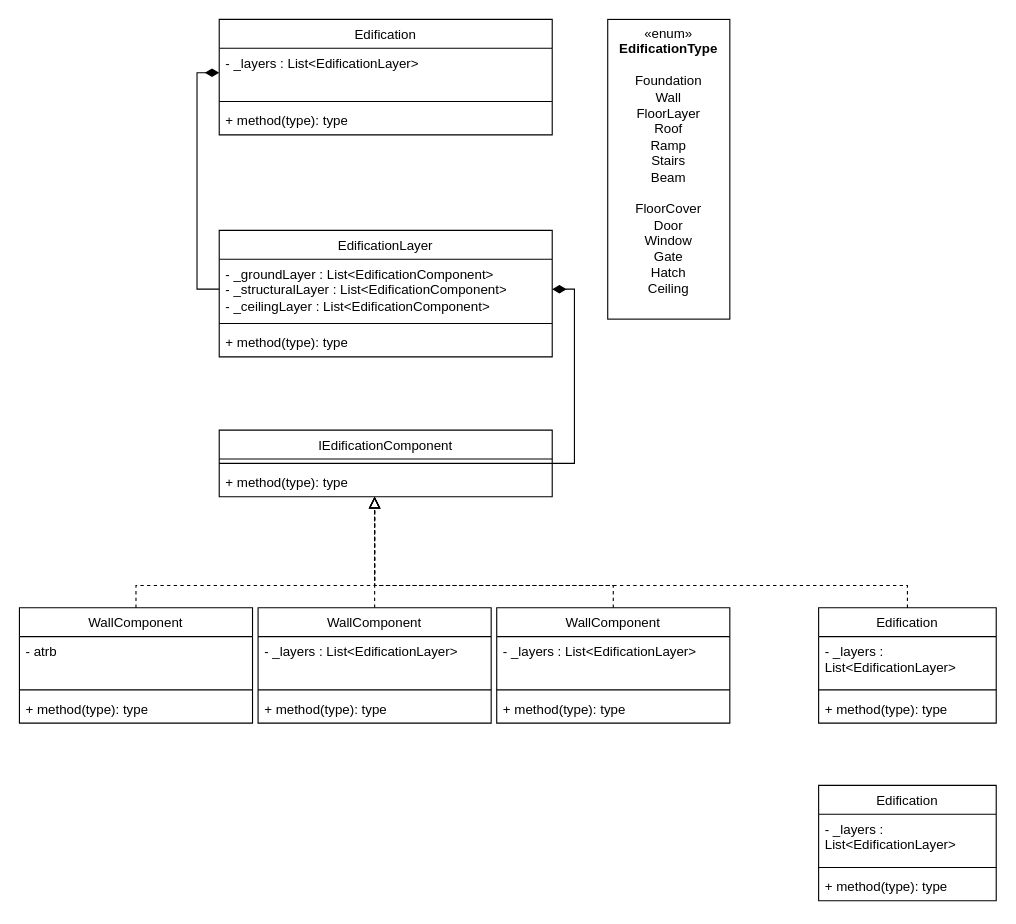
This is Diagrams/UML/ConstructionSystem.drawio from Sekahy48/UnityProject, a draw.io file, before an edit. Source tidied: cells renumbered, new cells numbered last; positions are measured from the earlier drawing's top-left corner, leaving out a move shared by most shapes. Both pictures are drawn from the tidied source at 111%, with x=0, y=0 at pixel (19, 19).
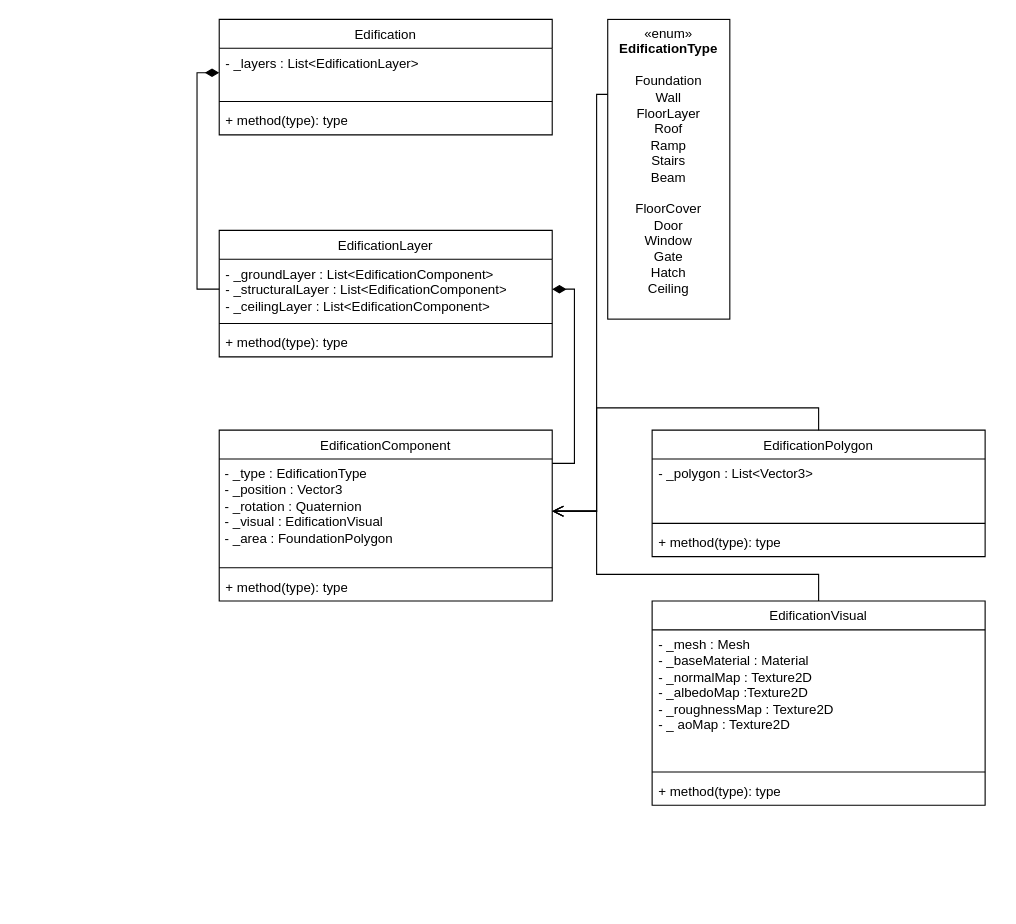
After the change.

Unchanged cells that the change refers to:
```xml
<mxCell id="6" value="«enum»&lt;br&gt;&lt;b&gt;EdificationType&lt;/b&gt;&lt;div&gt;&lt;br&gt;&lt;/div&gt;&lt;div&gt;Foundation&lt;br&gt;Wall&lt;br&gt;FloorLayer&lt;br&gt;Roof&lt;br&gt;Ramp&lt;br&gt;Stairs&lt;br&gt;Beam&lt;br&gt;&lt;br&gt;FloorCover&lt;br&gt;Door&lt;br&gt;Window&lt;br&gt;Gate&lt;br&gt;Hatch&lt;br&gt;Ceiling&lt;br&gt;&lt;br&gt;&lt;/div&gt;" style="html=1;whiteSpace=wrap;" parent="1" vertex="1">
  <mxGeometry x="530" width="110" height="270" as="geometry" />
</mxCell>
```

The edit, as a diff of the source:
```diff
@@
-    <mxCell id="12" value="&lt;span style=&quot;font-weight: normal;&quot;&gt;IEdificationComponent&lt;/span&gt;" style="swimlane;fontStyle=1;align=center;verticalAlign=top;horizontal=1;startSize=26;whiteSpace=wrap;html=1;" parent="1" vertex="1">
-      <mxGeometry x="180" y="370" width="300" height="60" as="geometry" />
+    <mxCell id="12" value="&lt;span style=&quot;font-weight: normal;&quot;&gt;EdificationComponent&lt;/span&gt;" style="swimlane;fontStyle=1;align=center;verticalAlign=top;horizontal=1;startSize=26;whiteSpace=wrap;html=1;" parent="1" vertex="1">
+      <mxGeometry x="180" y="370" width="300" height="154" as="geometry" />
     </mxCell>
+    <mxCell id="40" value="&amp;nbsp;- _type : EdificationType&lt;div&gt;&amp;nbsp;- _position : Vector3&lt;/div&gt;&lt;div&gt;&amp;nbsp;- _rotation : Quaternion&lt;br&gt;&amp;nbsp;- _visual : EdificationVisual&lt;/div&gt;&lt;div&gt;&amp;nbsp;- _area : FoundationPolygon&lt;/div&gt;" style="text;html=1;whiteSpace=wrap;strokeColor=none;fillColor=none;align=left;verticalAlign=top;rounded=0;" parent="12" vertex="1">
+      <mxGeometry y="26" width="300" height="94" as="geometry" />
+    </mxCell>
     <mxCell id="13" style="line;strokeWidth=1;fillColor=none;align=left;verticalAlign=middle;spacingTop=-1;spacingLeft=3;spacingRight=3;labelPosition=right;strokeColor=inherit;" parent="12" vertex="1">
-      <mxGeometry y="26" width="300" height="8" as="geometry" />
+      <mxGeometry y="120" width="300" height="8" as="geometry" />
     </mxCell>
     <mxCell id="14" value="+ method(type): type" style="text;strokeColor=none;fillColor=none;align=left;verticalAlign=top;spacingLeft=4;spacingRight=4;overflow=hidden;whiteSpace=wrap;html=1;" parent="12" vertex="1">
-      <mxGeometry y="34" width="300" height="26" as="geometry" />
+      <mxGeometry y="128" width="300" height="26" as="geometry" />
     </mxCell>
-    <mxCell id="15" value="&lt;span style=&quot;font-weight: normal;&quot;&gt;WallComponent&lt;/span&gt;" style="swimlane;fontStyle=1;align=center;verticalAlign=top;horizontal=1;startSize=26;whiteSpace=wrap;html=1;" parent="1" vertex="1">
-      <mxGeometry y="530" width="210" height="104" as="geometry" />
-    </mxCell>
-    <mxCell id="16" value="- atrb" style="text;strokeColor=none;fillColor=none;align=left;verticalAlign=top;spacingLeft=4;spacingRight=4;overflow=hidden;whiteSpace=wrap;html=1;" parent="15" vertex="1">
-      <mxGeometry y="26" width="210" height="44" as="geometry" />
-    </mxCell>
-    <mxCell id="17" style="line;strokeWidth=1;fillColor=none;align=left;verticalAlign=middle;spacingTop=-1;spacingLeft=3;spacingRight=3;labelPosition=right;strokeColor=inherit;" parent="15" vertex="1">
-      <mxGeometry y="70" width="210" height="8" as="geometry" />
-    </mxCell>
-    <mxCell id="18" value="+ method(type): type" style="text;strokeColor=none;fillColor=none;align=left;verticalAlign=top;spacingLeft=4;spacingRight=4;overflow=hidden;whiteSpace=wrap;html=1;" parent="15" vertex="1">
-      <mxGeometry y="78" width="210" height="26" as="geometry" />
-    </mxCell>
-    <mxCell id="19" value="&lt;span style=&quot;font-weight: normal;&quot;&gt;Edification&lt;/span&gt;" style="swimlane;fontStyle=1;align=center;verticalAlign=top;horizontal=1;startSize=26;whiteSpace=wrap;html=1;" parent="1" vertex="1">
-      <mxGeometry x="720" y="530" width="160" height="104" as="geometry" />
-    </mxCell>
-    <mxCell id="20" value="- _layers : List&amp;lt;EdificationLayer&amp;gt;" style="text;strokeColor=none;fillColor=none;align=left;verticalAlign=top;spacingLeft=4;spacingRight=4;overflow=hidden;whiteSpace=wrap;html=1;" parent="19" vertex="1">
-      <mxGeometry y="26" width="160" height="44" as="geometry" />
-    </mxCell>
-    <mxCell id="21" style="line;strokeWidth=1;fillColor=none;align=left;verticalAlign=middle;spacingTop=-1;spacingLeft=3;spacingRight=3;labelPosition=right;strokeColor=inherit;" parent="19" vertex="1">
-      <mxGeometry y="70" width="160" height="8" as="geometry" />
-    </mxCell>
-    <mxCell id="22" value="+ method(type): type" style="text;strokeColor=none;fillColor=none;align=left;verticalAlign=top;spacingLeft=4;spacingRight=4;overflow=hidden;whiteSpace=wrap;html=1;" parent="19" vertex="1">
-      <mxGeometry y="78" width="160" height="26" as="geometry" />
-    </mxCell>
-    <mxCell id="23" value="&lt;span style=&quot;font-weight: normal;&quot;&gt;Edification&lt;/span&gt;" style="swimlane;fontStyle=1;align=center;verticalAlign=top;horizontal=1;startSize=26;whiteSpace=wrap;html=1;" parent="1" vertex="1">
-      <mxGeometry x="720" y="690" width="160" height="104" as="geometry" />
-    </mxCell>
-    <mxCell id="24" value="- _layers : List&amp;lt;EdificationLayer&amp;gt;" style="text;strokeColor=none;fillColor=none;align=left;verticalAlign=top;spacingLeft=4;spacingRight=4;overflow=hidden;whiteSpace=wrap;html=1;" parent="23" vertex="1">
-      <mxGeometry y="26" width="160" height="44" as="geometry" />
-    </mxCell>
-    <mxCell id="25" style="line;strokeWidth=1;fillColor=none;align=left;verticalAlign=middle;spacingTop=-1;spacingLeft=3;spacingRight=3;labelPosition=right;strokeColor=inherit;" parent="23" vertex="1">
-      <mxGeometry y="70" width="160" height="8" as="geometry" />
-    </mxCell>
-    <mxCell id="26" value="+ method(type): type" style="text;strokeColor=none;fillColor=none;align=left;verticalAlign=top;spacingLeft=4;spacingRight=4;overflow=hidden;whiteSpace=wrap;html=1;" parent="23" vertex="1">
-      <mxGeometry y="78" width="160" height="26" as="geometry" />
-    </mxCell>
-    <mxCell id="27" style="edgeStyle=orthogonalEdgeStyle;rounded=0;jettySize=auto;html=1;endArrow=block;endFill=0;endSize=8;dashed=1;" parent="1" edge="1" source="28" target="12">
-      <mxGeometry relative="1" as="geometry">
-        <Array as="points">
-          <mxPoint x="320" y="480" />
-          <mxPoint x="320" y="480" />
-        </Array>
-      </mxGeometry>
-    </mxCell>
-    <mxCell id="28" value="&lt;span style=&quot;font-weight: normal;&quot;&gt;WallComponent&lt;/span&gt;" style="swimlane;fontStyle=1;align=center;verticalAlign=top;horizontal=1;startSize=26;whiteSpace=wrap;html=1;" parent="1" vertex="1">
-      <mxGeometry x="215" y="530" width="210" height="104" as="geometry" />
-    </mxCell>
-    <mxCell id="29" value="- _layers : List&amp;lt;EdificationLayer&amp;gt;" style="text;strokeColor=none;fillColor=none;align=left;verticalAlign=top;spacingLeft=4;spacingRight=4;overflow=hidden;whiteSpace=wrap;html=1;" parent="28" vertex="1">
-      <mxGeometry y="26" width="210" height="44" as="geometry" />
-    </mxCell>
-    <mxCell id="30" style="line;strokeWidth=1;fillColor=none;align=left;verticalAlign=middle;spacingTop=-1;spacingLeft=3;spacingRight=3;labelPosition=right;strokeColor=inherit;" parent="28" vertex="1">
-      <mxGeometry y="70" width="210" height="8" as="geometry" />
-    </mxCell>
-    <mxCell id="31" value="+ method(type): type" style="text;strokeColor=none;fillColor=none;align=left;verticalAlign=top;spacingLeft=4;spacingRight=4;overflow=hidden;whiteSpace=wrap;html=1;" parent="28" vertex="1">
-      <mxGeometry y="78" width="210" height="26" as="geometry" />
-    </mxCell>
-    <mxCell id="32" value="&lt;span style=&quot;font-weight: normal;&quot;&gt;WallComponent&lt;/span&gt;" style="swimlane;fontStyle=1;align=center;verticalAlign=top;horizontal=1;startSize=26;whiteSpace=wrap;html=1;" parent="1" vertex="1">
-      <mxGeometry x="430" y="530" width="210" height="104" as="geometry" />
-    </mxCell>
-    <mxCell id="33" value="- _layers : List&amp;lt;EdificationLayer&amp;gt;" style="text;strokeColor=none;fillColor=none;align=left;verticalAlign=top;spacingLeft=4;spacingRight=4;overflow=hidden;whiteSpace=wrap;html=1;" parent="32" vertex="1">
-      <mxGeometry y="26" width="210" height="44" as="geometry" />
-    </mxCell>
-    <mxCell id="34" style="line;strokeWidth=1;fillColor=none;align=left;verticalAlign=middle;spacingTop=-1;spacingLeft=3;spacingRight=3;labelPosition=right;strokeColor=inherit;" parent="32" vertex="1">
-      <mxGeometry y="70" width="210" height="8" as="geometry" />
-    </mxCell>
-    <mxCell id="35" value="+ method(type): type" style="text;strokeColor=none;fillColor=none;align=left;verticalAlign=top;spacingLeft=4;spacingRight=4;overflow=hidden;whiteSpace=wrap;html=1;" parent="32" vertex="1">
-      <mxGeometry y="78" width="210" height="26" as="geometry" />
-    </mxCell>
-    <mxCell id="36" style="edgeStyle=orthogonalEdgeStyle;rounded=0;jettySize=auto;html=1;endArrow=block;endFill=0;endSize=8;dashed=1;exitX=0.5;exitY=0;exitDx=0;exitDy=0;" parent="1" edge="1" source="32" target="12">
-      <mxGeometry relative="1" as="geometry">
-        <Array as="points">
-          <mxPoint x="535" y="510" />
-          <mxPoint x="320" y="510" />
-        </Array>
-      </mxGeometry>
-    </mxCell>
-    <mxCell id="37" style="edgeStyle=orthogonalEdgeStyle;rounded=0;jettySize=auto;html=1;endArrow=block;endFill=0;endSize=8;dashed=1;exitX=0.5;exitY=0;exitDx=0;exitDy=0;" parent="1" edge="1" source="15" target="12">
-      <mxGeometry relative="1" as="geometry">
-        <Array as="points">
-          <mxPoint x="105" y="510" />
-          <mxPoint x="320" y="510" />
-        </Array>
-      </mxGeometry>
-    </mxCell>
-    <mxCell id="38" style="edgeStyle=orthogonalEdgeStyle;rounded=0;jettySize=auto;html=1;endArrow=block;endFill=0;endSize=8;dashed=1;exitX=0.5;exitY=0;exitDx=0;exitDy=0;" parent="1" edge="1" source="19" target="12">
-      <mxGeometry relative="1" as="geometry">
-        <Array as="points">
-          <mxPoint x="800" y="510" />
-          <mxPoint x="320" y="510" />
-        </Array>
-      </mxGeometry>
-    </mxCell>
@@
+    <mxCell id="41" style="edgeStyle=orthogonalEdgeStyle;rounded=0;jettySize=auto;html=1;entryX=0;entryY=0.25;entryDx=0;entryDy=0;startArrow=open;startFill=0;startSize=8;endArrow=none;endFill=0;" parent="1" edge="1" source="40" target="6">
+      <mxGeometry relative="1" as="geometry">
+        <Array as="points">
+          <mxPoint x="520" y="443" />
+          <mxPoint x="520" y="67" />
+        </Array>
+      </mxGeometry>
+    </mxCell>
+    <mxCell id="42" value="&lt;span style=&quot;font-weight: 400;&quot;&gt;EdificationPolygon&lt;/span&gt;" style="swimlane;fontStyle=1;align=center;verticalAlign=top;horizontal=1;startSize=26;whiteSpace=wrap;html=1;" parent="1" vertex="1">
+      <mxGeometry x="570" y="370" width="300" height="114" as="geometry" />
+    </mxCell>
+    <mxCell id="43" value="- _polygon : List&amp;lt;Vector3&amp;gt;" style="text;strokeColor=none;fillColor=none;align=left;verticalAlign=top;spacingLeft=4;spacingRight=4;overflow=hidden;whiteSpace=wrap;html=1;" parent="42" vertex="1">
+      <mxGeometry y="26" width="300" height="54" as="geometry" />
+    </mxCell>
+    <mxCell id="44" style="line;strokeWidth=1;fillColor=none;align=left;verticalAlign=middle;spacingTop=-1;spacingLeft=3;spacingRight=3;labelPosition=right;strokeColor=inherit;" parent="42" vertex="1">
+      <mxGeometry y="80" width="300" height="8" as="geometry" />
+    </mxCell>
+    <mxCell id="45" value="+ method(type): type" style="text;strokeColor=none;fillColor=none;align=left;verticalAlign=top;spacingLeft=4;spacingRight=4;overflow=hidden;whiteSpace=wrap;html=1;" parent="42" vertex="1">
+      <mxGeometry y="88" width="300" height="26" as="geometry" />
+    </mxCell>
+    <mxCell id="46" value="&lt;span style=&quot;font-weight: 400;&quot;&gt;EdificationVisual&lt;/span&gt;" style="swimlane;fontStyle=1;align=center;verticalAlign=top;horizontal=1;startSize=26;whiteSpace=wrap;html=1;" parent="1" vertex="1">
+      <mxGeometry x="570" y="524" width="300" height="184" as="geometry" />
+    </mxCell>
+    <mxCell id="47" value="- _mesh : Mesh&lt;div&gt;- _baseMaterial : Material&lt;/div&gt;&lt;div&gt;- _normalMap : Texture2D&lt;br&gt;- _albedoMap :Texture2D&lt;/div&gt;&lt;div&gt;- _roughnessMap : Texture2D&lt;/div&gt;&lt;div&gt;- _ aoMap : Texture2D&lt;/div&gt;" style="text;strokeColor=none;fillColor=none;align=left;verticalAlign=top;spacingLeft=4;spacingRight=4;overflow=hidden;whiteSpace=wrap;html=1;" parent="46" vertex="1">
+      <mxGeometry y="26" width="300" height="124" as="geometry" />
+    </mxCell>
+    <mxCell id="48" style="line;strokeWidth=1;fillColor=none;align=left;verticalAlign=middle;spacingTop=-1;spacingLeft=3;spacingRight=3;labelPosition=right;strokeColor=inherit;" parent="46" vertex="1">
+      <mxGeometry y="150" width="300" height="8" as="geometry" />
+    </mxCell>
+    <mxCell id="49" value="+ method(type): type" style="text;strokeColor=none;fillColor=none;align=left;verticalAlign=top;spacingLeft=4;spacingRight=4;overflow=hidden;whiteSpace=wrap;html=1;" parent="46" vertex="1">
+      <mxGeometry y="158" width="300" height="26" as="geometry" />
+    </mxCell>
+    <mxCell id="50" style="edgeStyle=orthogonalEdgeStyle;rounded=0;jettySize=auto;html=1;entryX=0.5;entryY=0;entryDx=0;entryDy=0;startArrow=open;startFill=0;startSize=8;endArrow=none;endFill=0;" parent="1" edge="1" source="40" target="42">
+      <mxGeometry relative="1" as="geometry">
+        <Array as="points">
+          <mxPoint x="520" y="443" />
+          <mxPoint x="520" y="350" />
+          <mxPoint x="720" y="350" />
+        </Array>
+      </mxGeometry>
+    </mxCell>
+    <mxCell id="51" style="edgeStyle=orthogonalEdgeStyle;rounded=0;jettySize=auto;html=1;entryX=0.5;entryY=0;entryDx=0;entryDy=0;startArrow=open;startFill=0;startSize=8;endArrow=none;endFill=0;" parent="1" edge="1" source="40" target="46">
+      <mxGeometry relative="1" as="geometry">
+        <Array as="points">
+          <mxPoint x="520" y="443" />
+          <mxPoint x="520" y="500" />
+          <mxPoint x="720" y="500" />
+        </Array>
+      </mxGeometry>
+    </mxCell>
```
